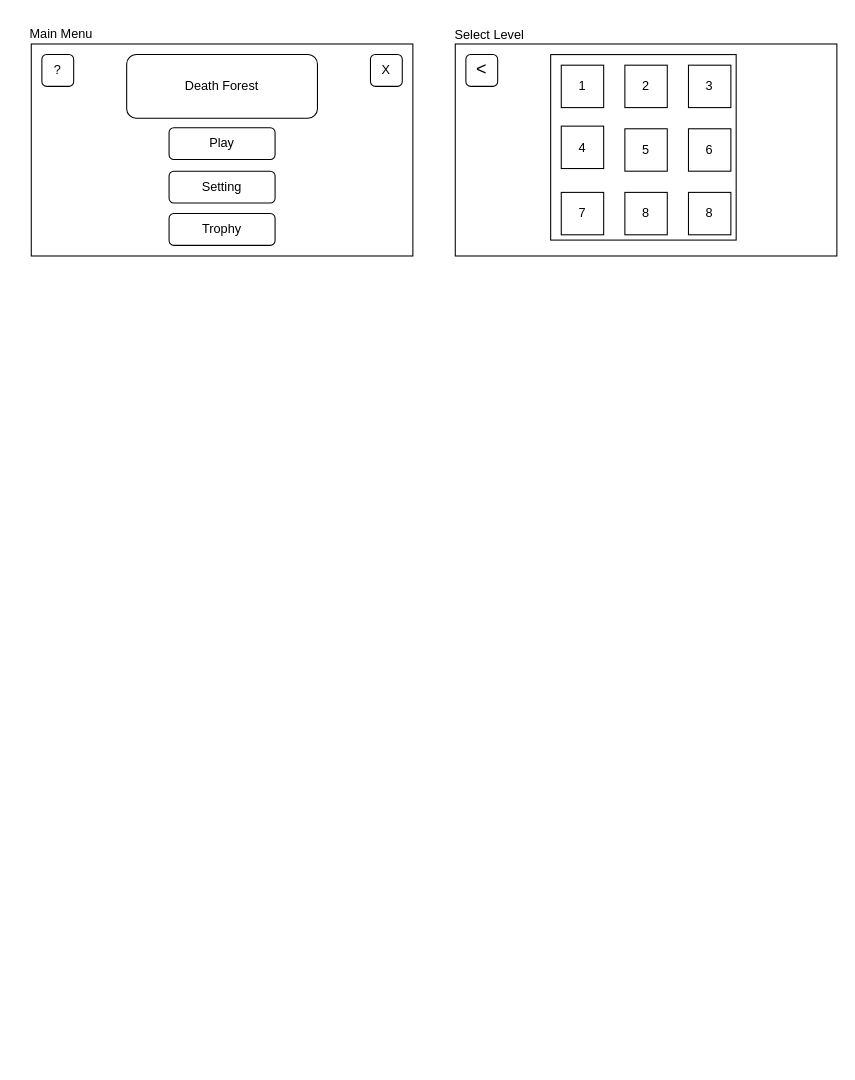
Before: page "Game UI" (5 of 5) of Untitled Diagram.drawio in tientruc1707/Simple_Game, a draw.io diagram. Source tidied: cells renumbered, new cells numbered last; positions are measured from the earlier drawing's top-left corner, leaving out a move shared by most shapes. Both pictures are drawn from the tidied source at 106%, with x=0, y=0 at pixel (18, 18).
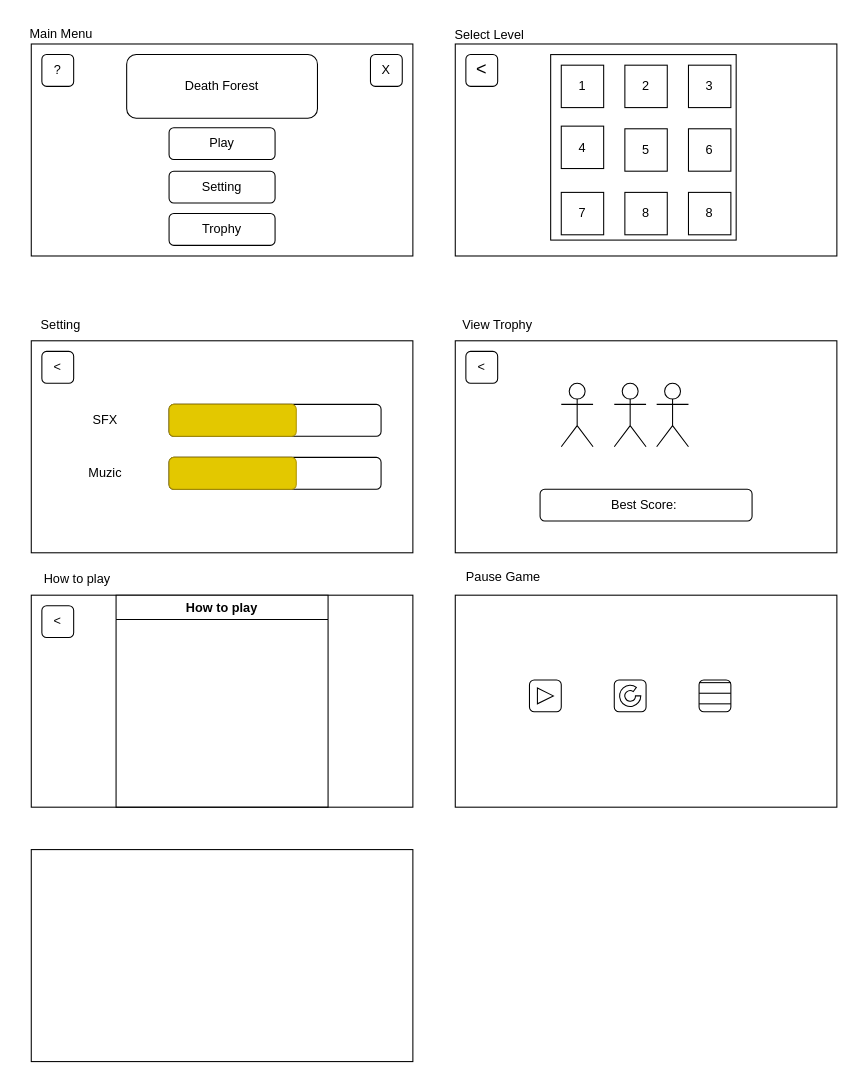
After the change.

Change to the diagram source:
```diff
@@
+    <mxCell id="24" style="group;" parent="1" vertex="1">
+      <mxGeometry x="12" y="304" width="610" height="540" as="geometry" />
+    </mxCell>
+    <mxCell id="25" style="rounded=0;whiteSpace=wrap;html=1;fillColor=default;" parent="24" vertex="1">
+      <mxGeometry width="360" height="200" as="geometry" />
+    </mxCell>
+    <mxCell id="26" style="rounded=1;whiteSpace=wrap;html=1;" parent="24" vertex="1">
+      <mxGeometry x="130" y="60" width="200" height="30" as="geometry" />
+    </mxCell>
+    <mxCell id="27" style="rounded=1;whiteSpace=wrap;html=1;" parent="24" vertex="1">
+      <mxGeometry x="130" y="110" width="200" height="30" as="geometry" />
+    </mxCell>
+    <mxCell id="28" value="&amp;lt;" style="rounded=1;whiteSpace=wrap;html=1;" parent="24" vertex="1">
+      <mxGeometry x="10" y="10" width="30" height="30" as="geometry" />
+    </mxCell>
+    <mxCell id="29" value="SFX" style="text;html=1;align=center;verticalAlign=middle;whiteSpace=wrap;rounded=0;" parent="24" vertex="1">
+      <mxGeometry x="40" y="60" width="60" height="30" as="geometry" />
+    </mxCell>
+    <mxCell id="30" value="Muzic" style="text;html=1;align=center;verticalAlign=middle;whiteSpace=wrap;rounded=0;" parent="24" vertex="1">
+      <mxGeometry x="40" y="110" width="60" height="30" as="geometry" />
+    </mxCell>
+    <mxCell id="31" style="rounded=1;whiteSpace=wrap;html=1;fillColor=#e3c800;fontColor=#000000;strokeColor=#B09500;" parent="24" vertex="1">
+      <mxGeometry x="130" y="60" width="120" height="30" as="geometry" />
+    </mxCell>
+    <mxCell id="32" style="rounded=1;whiteSpace=wrap;html=1;fillColor=#e3c800;fontColor=#000000;strokeColor=#B09500;" parent="24" vertex="1">
+      <mxGeometry x="130" y="110" width="120" height="30" as="geometry" />
+    </mxCell>
+    <mxCell id="33" value="Pause Game" style="text;html=1;align=center;verticalAlign=middle;strokeColor=none;fillColor=none;" parent="24" vertex="1">
+      <mxGeometry x="400" y="208" width="90" height="30" as="geometry" />
+    </mxCell>
+    <mxCell id="34" value="Setting" style="text;html=1;align=center;verticalAlign=middle;whiteSpace=wrap;rounded=0;" parent="1" vertex="1">
+      <mxGeometry x="10" y="274" width="60" height="30" as="geometry" />
+    </mxCell>
+    <mxCell id="35" style="group;" parent="1" vertex="1">
+      <mxGeometry x="412" y="304" width="360" height="200" as="geometry" />
+    </mxCell>
+    <mxCell id="36" style="rounded=0;whiteSpace=wrap;html=1;fillColor=default;" parent="35" vertex="1">
+      <mxGeometry width="360" height="200" as="geometry" />
+    </mxCell>
+    <mxCell id="37" value="Best Score:&amp;nbsp;" style="rounded=1;whiteSpace=wrap;html=1;" parent="35" vertex="1">
+      <mxGeometry x="80" y="140" width="200" height="30" as="geometry" />
+    </mxCell>
+    <mxCell id="38" value="&amp;lt;" style="rounded=1;whiteSpace=wrap;html=1;" parent="35" vertex="1">
+      <mxGeometry x="10" y="10" width="30" height="30" as="geometry" />
+    </mxCell>
+    <mxCell id="39" style="shape=umlActor;verticalLabelPosition=bottom;verticalAlign=top;html=1;" parent="35" vertex="1">
+      <mxGeometry x="100" y="40" width="30" height="60" as="geometry" />
+    </mxCell>
+    <mxCell id="40" style="shape=umlActor;verticalLabelPosition=bottom;verticalAlign=top;html=1;" parent="35" vertex="1">
+      <mxGeometry x="150" y="40" width="30" height="60" as="geometry" />
+    </mxCell>
+    <mxCell id="41" style="shape=umlActor;verticalLabelPosition=bottom;verticalAlign=top;html=1;" parent="35" vertex="1">
+      <mxGeometry x="190" y="40" width="30" height="60" as="geometry" />
+    </mxCell>
+    <mxCell id="42" value="View Trophy" style="text;html=1;align=center;verticalAlign=middle;whiteSpace=wrap;rounded=0;" parent="1" vertex="1">
+      <mxGeometry x="412" y="274" width="80" height="30" as="geometry" />
+    </mxCell>
+    <mxCell id="43" style="group;" parent="1" vertex="1">
+      <mxGeometry x="12" y="544" width="360" height="200" as="geometry" />
+    </mxCell>
+    <mxCell id="44" style="rounded=0;whiteSpace=wrap;html=1;fillColor=default;" parent="43" vertex="1">
+      <mxGeometry width="360" height="200" as="geometry" />
+    </mxCell>
+    <mxCell id="45" value="&amp;lt;" style="rounded=1;whiteSpace=wrap;html=1;" parent="43" vertex="1">
+      <mxGeometry x="10" y="10" width="30" height="30" as="geometry" />
+    </mxCell>
+    <mxCell id="46" value="How to play" style="swimlane;whiteSpace=wrap;html=1;" parent="43" vertex="1">
+      <mxGeometry x="80" width="200" height="200" as="geometry" />
+    </mxCell>
+    <mxCell id="47" value="How to play" style="text;html=1;align=center;verticalAlign=middle;strokeColor=none;fillColor=none;" parent="1" vertex="1">
+      <mxGeometry x="10" y="514" width="90" height="30" as="geometry" />
+    </mxCell>
+    <mxCell id="48" style="group;" parent="1" vertex="1">
+      <mxGeometry x="412" y="544" width="360" height="200" as="geometry" />
+    </mxCell>
+    <mxCell id="49" style="rounded=0;whiteSpace=wrap;html=1;fillColor=default;" parent="48" vertex="1">
+      <mxGeometry width="360" height="200" as="geometry" />
+    </mxCell>
+    <mxCell id="50" style="rounded=1;whiteSpace=wrap;html=1;" parent="48" vertex="1">
+      <mxGeometry x="70" y="80" width="30" height="30" as="geometry" />
+    </mxCell>
+    <mxCell id="51" style="rounded=1;whiteSpace=wrap;html=1;" parent="48" vertex="1">
+      <mxGeometry x="150" y="80" width="30" height="30" as="geometry" />
+    </mxCell>
+    <mxCell id="52" style="rounded=1;whiteSpace=wrap;html=1;" parent="48" vertex="1">
+      <mxGeometry x="230" y="80" width="30" height="30" as="geometry" />
+    </mxCell>
+    <mxCell id="53" style="triangle;whiteSpace=wrap;html=1;" parent="48" vertex="1">
+      <mxGeometry x="77.5" y="87.5" width="15" height="15" as="geometry" />
+    </mxCell>
+    <mxCell id="54" style="verticalLabelPosition=bottom;verticalAlign=top;html=1;shape=mxgraph.basic.partConcEllipse;startAngle=0.25;endAngle=0.1;arcWidth=0.5;" parent="48" vertex="1">
+      <mxGeometry x="155" y="85" width="20" height="20" as="geometry" />
+    </mxCell>
+    <mxCell id="55" style="group;" parent="48" vertex="1">
+      <mxGeometry x="230" y="82.5" width="30" height="20" as="geometry" />
+    </mxCell>
+    <mxCell id="56" style="endArrow=none;html=1;rounded=0;" parent="55" edge="1">
+      <mxGeometry relative="1" as="geometry">
+        <mxPoint y="10" as="sourcePoint" />
+        <mxPoint x="30" y="10" as="targetPoint" />
+      </mxGeometry>
+    </mxCell>
+    <mxCell id="57" style="endArrow=none;html=1;rounded=0;" parent="55" edge="1">
+      <mxGeometry relative="1" as="geometry">
+        <mxPoint y="20" as="sourcePoint" />
+        <mxPoint x="30" y="20" as="targetPoint" />
+      </mxGeometry>
+    </mxCell>
+    <mxCell id="58" style="endArrow=none;html=1;rounded=0;" parent="55" edge="1">
+      <mxGeometry relative="1" as="geometry">
+        <mxPoint as="sourcePoint" />
+        <mxPoint x="30" as="targetPoint" />
+      </mxGeometry>
+    </mxCell>
+    <mxCell id="59" style="group;" parent="1" vertex="1">
+      <mxGeometry x="12" y="784" width="360" height="200" as="geometry" />
+    </mxCell>
+    <mxCell id="60" style="rounded=0;whiteSpace=wrap;html=1;fillColor=default;" parent="59" vertex="1">
+      <mxGeometry width="360" height="200" as="geometry" />
+    </mxCell>
```
